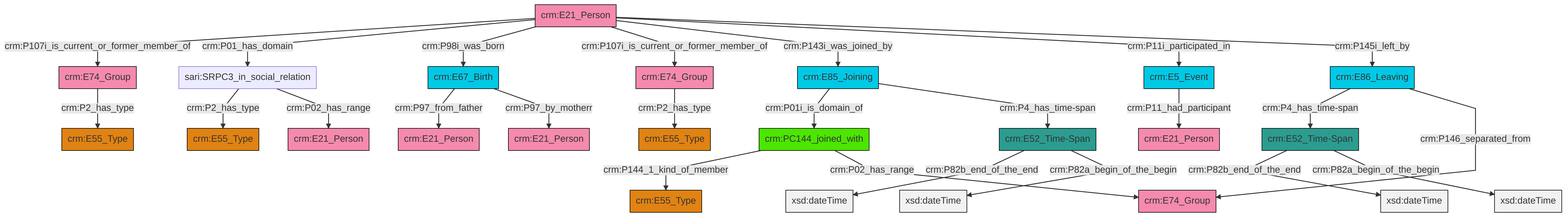
Before: et/personCSV/ttl/mmd/png/Person_Actor_Relations.png, a diagram exported from Mermaid (swiss-art-research-net/docs.swissartresearch). Its source is kept beside it as et/personCSV/ttl/mmd/Person_Actor_Relations.ttl.mmd.
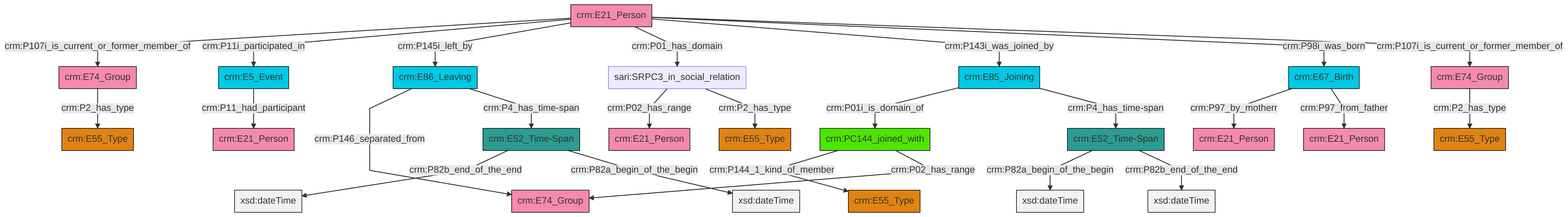
After the commit.

Diff of the diagram source:
```diff
@@ -13,27 +13,27 @@
 classDef PC_Classes fill:#4ce600, stroke:#000000;
 classDef Multi fill:#cccccc,stroke:#000000;
 
-0["crm:E67_Birth"]:::Temporal_Entity -->|crm:P97_from_father| 1["crm:E21_Person"]:::Actor
-8["crm:E52_Time-Span"]:::Time-Span -->|crm:P82b_end_of_the_end| 12[xsd:dateTime]:::Literal
-4["crm:E52_Time-Span"]:::Time-Span -->|crm:P82b_end_of_the_end| 13[xsd:dateTime]:::Literal
-0["crm:E67_Birth"]:::Temporal_Entity -->|crm:P97_by_motherr| 2["crm:E21_Person"]:::Actor
-16["crm:E21_Person"]:::Actor -->|crm:P107i_is_current_or_former_member_of| 17["crm:E74_Group"]:::Actor
-18["crm:E85_Joining"]:::Temporal_Entity -->|crm:P01i_is_domain_of| 19["crm:PC144_joined_with"]:::PC_Classes
-20["sari:SRPC3_in_social_relation"]:::Default -->|crm:P2_has_type| 21["crm:E55_Type"]:::Type
-8["crm:E52_Time-Span"]:::Time-Span -->|crm:P82a_begin_of_the_begin| 22[xsd:dateTime]:::Literal
-20["sari:SRPC3_in_social_relation"]:::Default -->|crm:P02_has_range| 14["crm:E21_Person"]:::Actor
-29["crm:E5_Event"]:::Temporal_Entity -->|crm:P11_had_participant| 27["crm:E21_Person"]:::Actor
-19["crm:PC144_joined_with"]:::PC_Classes -->|crm:P144_1_kind_of_member| 10["crm:E55_Type"]:::Type
-19["crm:PC144_joined_with"]:::PC_Classes -->|crm:P02_has_range| 6["crm:E74_Group"]:::Actor
-16["crm:E21_Person"]:::Actor -->|crm:P01_has_domain| 20["sari:SRPC3_in_social_relation"]:::Default
-16["crm:E21_Person"]:::Actor -->|crm:P98i_was_born| 0["crm:E67_Birth"]:::Temporal_Entity
-33["crm:E86_Leaving"]:::Temporal_Entity -->|crm:P4_has_time-span| 4["crm:E52_Time-Span"]:::Time-Span
-16["crm:E21_Person"]:::Actor -->|crm:P107i_is_current_or_former_member_of| 34["crm:E74_Group"]:::Actor
-4["crm:E52_Time-Span"]:::Time-Span -->|crm:P82a_begin_of_the_begin| 37[xsd:dateTime]:::Literal
-34["crm:E74_Group"]:::Actor -->|crm:P2_has_type| 38["crm:E55_Type"]:::Type
-16["crm:E21_Person"]:::Actor -->|crm:P143i_was_joined_by| 18["crm:E85_Joining"]:::Temporal_Entity
-17["crm:E74_Group"]:::Actor -->|crm:P2_has_type| 23["crm:E55_Type"]:::Type
-18["crm:E85_Joining"]:::Temporal_Entity -->|crm:P4_has_time-span| 8["crm:E52_Time-Span"]:::Time-Span
-16["crm:E21_Person"]:::Actor -->|crm:P11i_participated_in| 29["crm:E5_Event"]:::Temporal_Entity
-33["crm:E86_Leaving"]:::Temporal_Entity -->|crm:P146_separated_from| 6["crm:E74_Group"]:::Actor
-16["crm:E21_Person"]:::Actor -->|crm:P145i_left_by| 33["crm:E86_Leaving"]:::Temporal_Entity
+0["crm:E21_Person"]:::Actor -->|crm:P107i_is_current_or_former_member_of| 1["crm:E74_Group"]:::Actor
+4["crm:PC144_joined_with"]:::PC_Classes -->|crm:P144_1_kind_of_member| 5["crm:E55_Type"]:::Type
+7["crm:E67_Birth"]:::Temporal_Entity -->|crm:P97_by_motherr| 8["crm:E21_Person"]:::Actor
+7["crm:E67_Birth"]:::Temporal_Entity -->|crm:P97_from_father| 10["crm:E21_Person"]:::Actor
+13["crm:E86_Leaving"]:::Temporal_Entity -->|crm:P146_separated_from| 14["crm:E74_Group"]:::Actor
+15["sari:SRPC3_in_social_relation"]:::Default -->|crm:P02_has_range| 16["crm:E21_Person"]:::Actor
+17["crm:E52_Time-Span"]:::Time-Span -->|crm:P82a_begin_of_the_begin| 18[xsd:dateTime]:::Literal
+19["crm:E52_Time-Span"]:::Time-Span -->|crm:P82b_end_of_the_end| 20[xsd:dateTime]:::Literal
+17["crm:E52_Time-Span"]:::Time-Span -->|crm:P82b_end_of_the_end| 21[xsd:dateTime]:::Literal
+0["crm:E21_Person"]:::Actor -->|crm:P11i_participated_in| 22["crm:E5_Event"]:::Temporal_Entity
+0["crm:E21_Person"]:::Actor -->|crm:P145i_left_by| 13["crm:E86_Leaving"]:::Temporal_Entity
+0["crm:E21_Person"]:::Actor -->|crm:P01_has_domain| 15["sari:SRPC3_in_social_relation"]:::Default
+0["crm:E21_Person"]:::Actor -->|crm:P143i_was_joined_by| 26["crm:E85_Joining"]:::Temporal_Entity
+0["crm:E21_Person"]:::Actor -->|crm:P98i_was_born| 7["crm:E67_Birth"]:::Temporal_Entity
+15["sari:SRPC3_in_social_relation"]:::Default -->|crm:P2_has_type| 27["crm:E55_Type"]:::Type
+19["crm:E52_Time-Span"]:::Time-Span -->|crm:P82a_begin_of_the_begin| 34[xsd:dateTime]:::Literal
+4["crm:PC144_joined_with"]:::PC_Classes -->|crm:P02_has_range| 14["crm:E74_Group"]:::Actor
+11["crm:E74_Group"]:::Actor -->|crm:P2_has_type| 24["crm:E55_Type"]:::Type
+13["crm:E86_Leaving"]:::Temporal_Entity -->|crm:P4_has_time-span| 19["crm:E52_Time-Span"]:::Time-Span
+26["crm:E85_Joining"]:::Temporal_Entity -->|crm:P01i_is_domain_of| 4["crm:PC144_joined_with"]:::PC_Classes
+1["crm:E74_Group"]:::Actor -->|crm:P2_has_type| 2["crm:E55_Type"]:::Type
+26["crm:E85_Joining"]:::Temporal_Entity -->|crm:P4_has_time-span| 17["crm:E52_Time-Span"]:::Time-Span
+22["crm:E5_Event"]:::Temporal_Entity -->|crm:P11_had_participant| 40["crm:E21_Person"]:::Actor
+0["crm:E21_Person"]:::Actor -->|crm:P107i_is_current_or_former_member_of| 11["crm:E74_Group"]:::Actor
```
